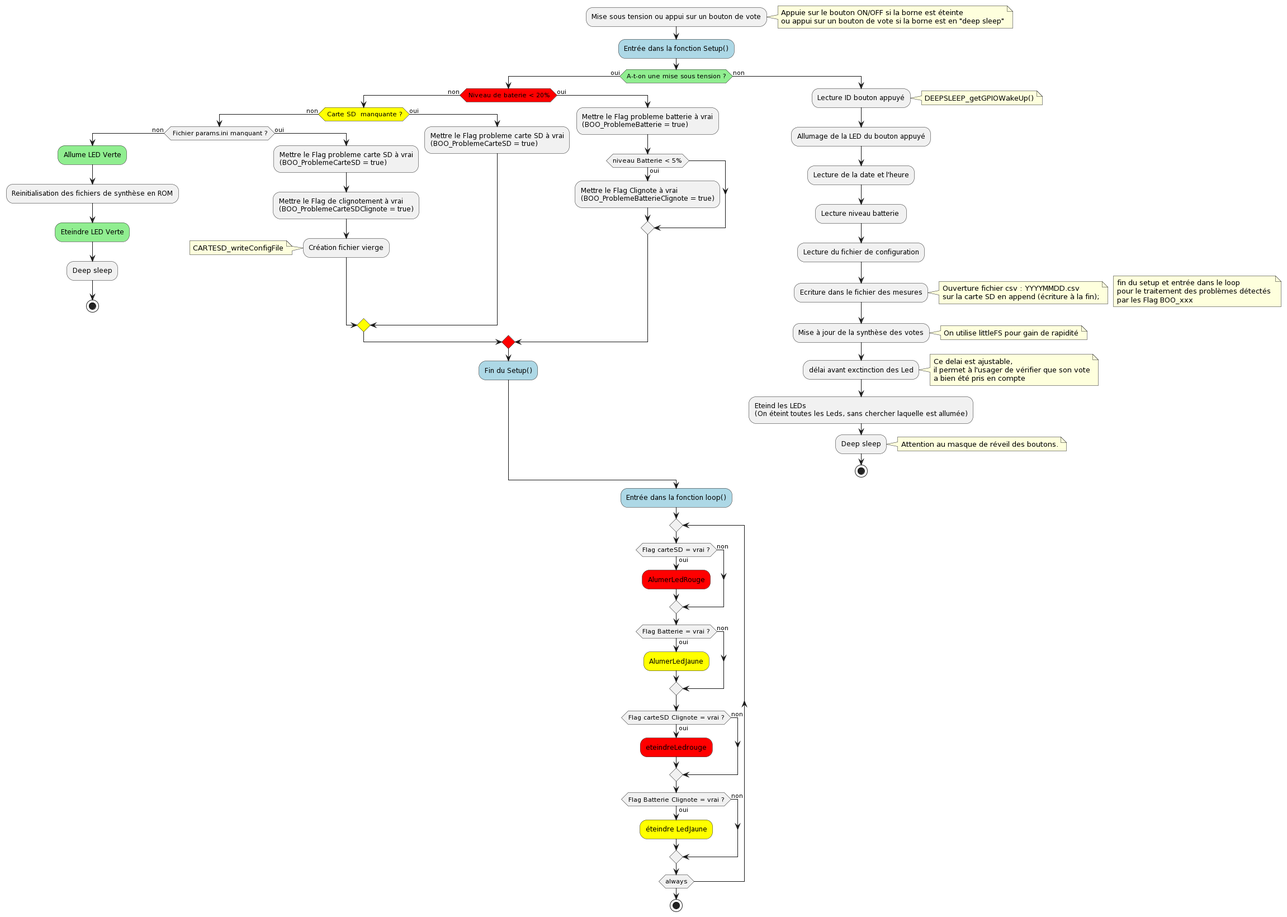
Before: Programmation/Microcontroleur/illustrations/Diagrams.png, a diagram exported from PlantUML (AlexP20000/borne-satisfaction).
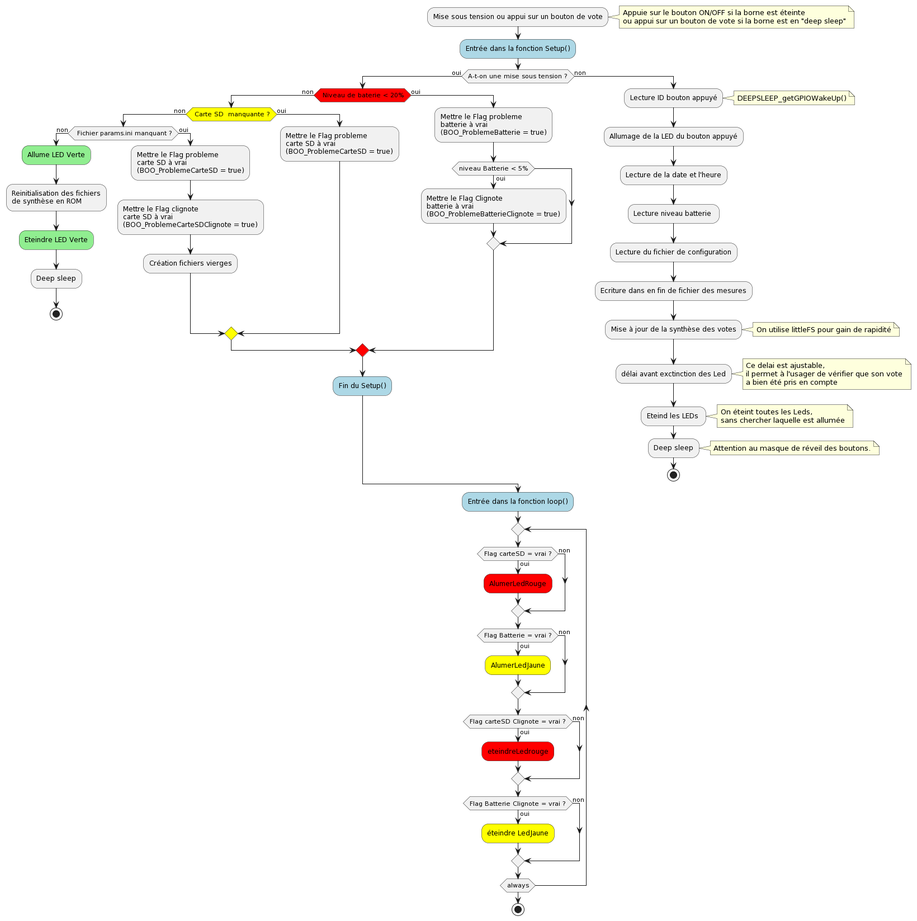
Later version of the same file.

Diff of the diagram source:
```diff
@@ -6,33 +6,30 @@
 end note
 #lightblue:Entrée dans la fonction Setup();
 
-#lightgreen:if (A-t-on une mise sous tension ?) then (oui)
+if (A-t-on une mise sous tension ?) then (oui)
 	#red:if ( Niveau de baterie < 20%) then (non)
 		#yellow:if( Carte SD  manquante ?) then (non)
 			if( Fichier params.ini manquant ?) then (non)
 				#lightgreen:Allume LED Verte;
-				:Reinitialisation des fichiers de synthèse en ROM;
+				:Reinitialisation des fichiers\nde synthèse en ROM;
 				#lightgreen:Eteindre LED Verte;
 				:Deep sleep;
 				stop
 
 			else (oui)
-				:Mettre le Flag probleme carte SD à vrai\n(BOO_ProblemeCarteSD = true);
-				:Mettre le Flag de clignotement à vrai\n(BOO_ProblemeCarteSDClignote = true);
-				:Création fichier vierge;
-				note left
-				  CARTESD_writeConfigFile
-				end note
+				:Mettre le Flag probleme\ncarte SD à vrai\n(BOO_ProblemeCarteSD = true);
+				:Mettre le Flag clignote\ncarte SD à vrai\n(BOO_ProblemeCarteSDClignote = true);
+				:Création fichiers vierges;
 
 			endif
 		else (oui)
-			:Mettre le Flag probleme carte SD à vrai\n(BOO_ProblemeCarteSD = true);
+			:Mettre le Flag probleme\ncarte SD à vrai\n(BOO_ProblemeCarteSD = true);
 
 		endif
 	else (oui)
-		:Mettre le Flag probleme batterie à vrai\n(BOO_ProblemeBatterie = true);
+		:Mettre le Flag probleme\nbatterie à vrai\n(BOO_ProblemeBatterie = true);
 		if (niveau Batterie < 5%) then (oui)
-			:Mettre le Flag Clignote à vrai\n(BOO_ProblemeBatterieClignote = true);
+			:Mettre le Flag Clignote\nbatterie à vrai\n(BOO_ProblemeBatterieClignote = true);
 		endif
 	endif
 
@@ -51,12 +48,7 @@
 
 	:Lecture niveau batterie ;
 	:Lecture du fichier de configuration;
-	:Ecriture dans le fichier des mesures;
-	note right
-		Ouverture fichier csv : YYYYMMDD.csv
-		sur la carte SD en append (écriture à la fin);
-	end note
-
+	:Ecriture dans en fin de fichier des mesures;
 	:Mise à jour de la synthèse des votes;
 	note right
 		On utilise littleFS pour gain de rapidité
@@ -68,22 +60,17 @@
 		a bien été pris en compte
 	end note
 
-	:Eteind les LEDs
-	(On éteint toutes les Leds, sans chercher laquelle est allumée);
+	:Eteind les LEDs ;
+	note right
+		On éteint toutes les Leds,
+		sans chercher laquelle est allumée
+	end note
 	:Deep sleep;
 	note right
 		Attention au masque de réveil des boutons.
 	end note
 	stop
 endif;
-
-note right
-	fin du setup et entrée dans le loop
-	pour le traitement des problèmes détectés
-	par les Flag BOO_xxx
-end note
-
-
 
 #lightblue:Entrée dans la fonction loop();
 repeat
```
